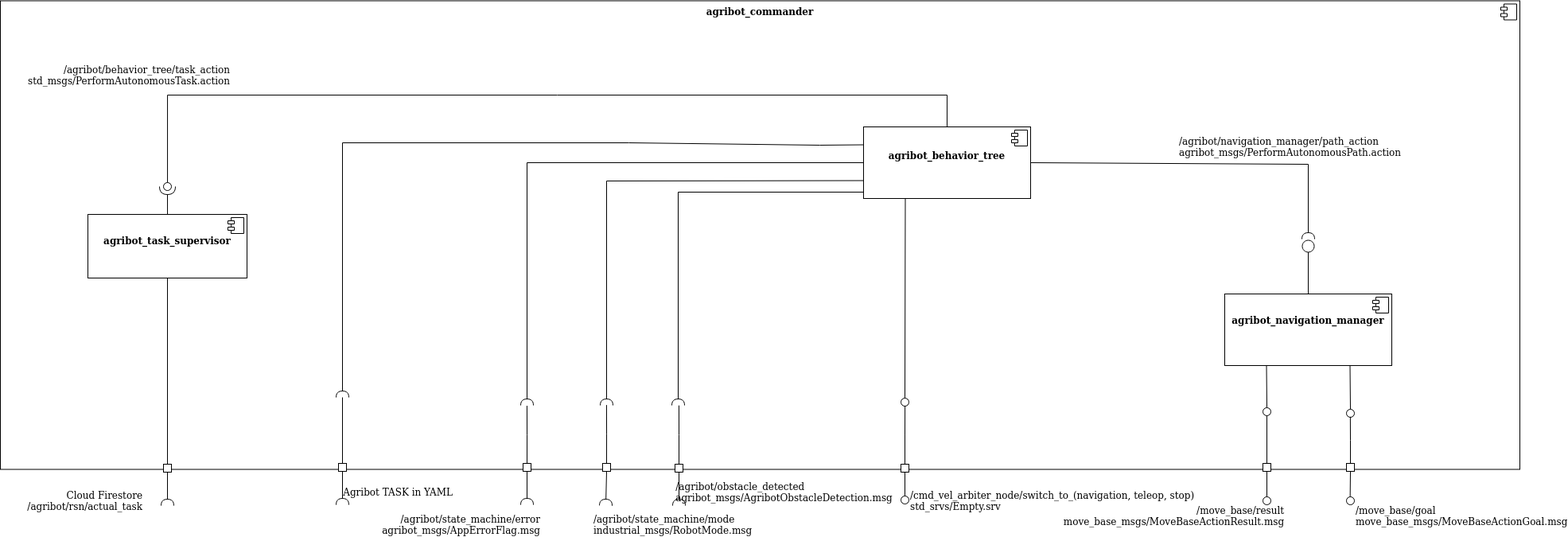
Before: doc/component_diagram.png, a diagram exported from draw.io (agribot-2-0/agribot_commander). Source tidied: cells renumbered, new cells last; positions are measured from the earlier drawing's top-left corner, leaving out a move shared by most shapes.
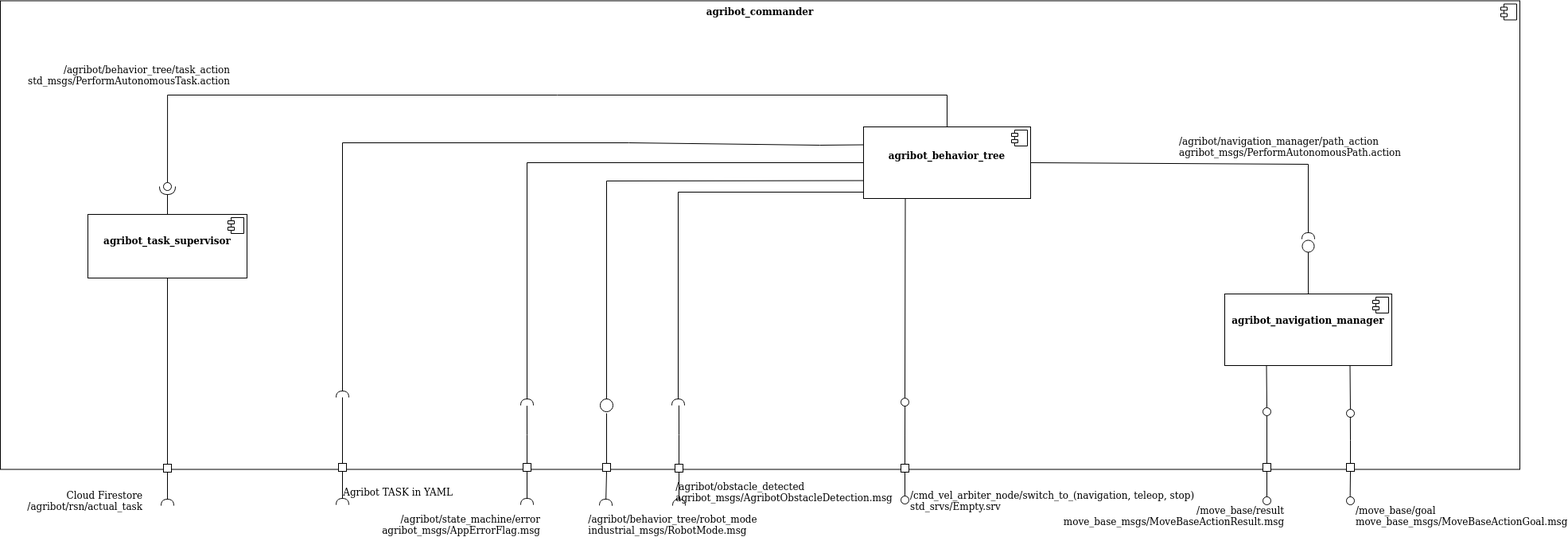
Above is the later version.

Commit message:
Update component diagram

Diff of the diagram source:
```diff
@@ -106,7 +106,7 @@
         </Array>
       </mxGeometry>
     </mxCell>
-    <mxCell id="28" style="rounded=0;jettySize=auto;html=1;endArrow=halfCircle;endFill=0;endSize=6;strokeWidth=1;exitX=0;exitY=0.75;exitDx=0;exitDy=0;" parent="1" edge="1" source="4">
+    <mxCell id="28" style="rounded=0;jettySize=auto;html=1;endArrow=oval;endFill=0;endSize=16;strokeWidth=1;exitX=0;exitY=0.75;exitDx=0;exitDy=0;" parent="1" edge="1" source="4">
       <mxGeometry relative="1" as="geometry">
         <mxPoint x="762" y="508" as="targetPoint" />
         <Array as="points">
@@ -125,8 +125,8 @@
         </Array>
       </mxGeometry>
     </mxCell>
-    <mxCell id="31" value="&lt;div style=&quot;text-align: left&quot;&gt;&lt;span&gt;/agribot/state_machine/mode&lt;/span&gt;&lt;/div&gt;&lt;div style=&quot;text-align: left&quot;&gt;&lt;span&gt;industrial_msgs/RobotMode.msg&lt;/span&gt;&lt;/div&gt;" style="text;html=1;align=center;verticalAlign=middle;" parent="1" vertex="1">
-      <mxGeometry x="750" y="643" width="190" height="30" as="geometry" />
+    <mxCell id="31" value="&lt;div style=&quot;text-align: left&quot;&gt;&lt;span&gt;/agribot/behavior_tree/robot_mode&lt;/span&gt;&lt;/div&gt;&lt;div style=&quot;text-align: left&quot;&gt;&lt;span&gt;industrial_msgs/RobotMode.msg&lt;/span&gt;&lt;/div&gt;" style="text;html=1;align=center;verticalAlign=middle;" parent="1" vertex="1">
+      <mxGeometry x="730" y="643" width="230" height="30" as="geometry" />
     </mxCell>
     <mxCell id="32" value="&lt;div&gt;&lt;span&gt;/agribot/state_machine/error&lt;/span&gt;&lt;/div&gt;&lt;div&gt;&lt;span&gt;agribot_msgs/AppErrorFlag.msg&lt;/span&gt;&lt;/div&gt;" style="text;html=1;align=right;verticalAlign=middle;" parent="1" vertex="1">
       <mxGeometry x="490" y="643" width="190" height="30" as="geometry" />
@@ -182,7 +182,7 @@
     </mxCell>
     <mxCell id="45" style="edgeStyle=orthogonalEdgeStyle;rounded=0;jettySize=auto;html=1;exitX=0.5;exitY=0;exitDx=0;exitDy=0;endArrow=none;endFill=0;" parent="1" edge="1" source="46">
       <mxGeometry relative="1" as="geometry">
-        <mxPoint x="761.9" y="507.6" as="targetPoint" />
+        <mxPoint x="762" y="518" as="targetPoint" />
       </mxGeometry>
     </mxCell>
     <mxCell id="46" style="rounded=0;whiteSpace=wrap;html=1;" parent="1" vertex="1">
```
